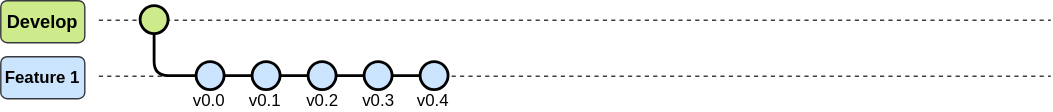
This is 03_ImagenesRepo/Image_readme.svg from LEOSZ8/Tesis_Msc_LSZ, a draw.io export, as it was before one commit. Source tidied: cells renumbered, new cells last; positions are measured from the earlier drawing's top-left corner, leaving out a move shared by most shapes.
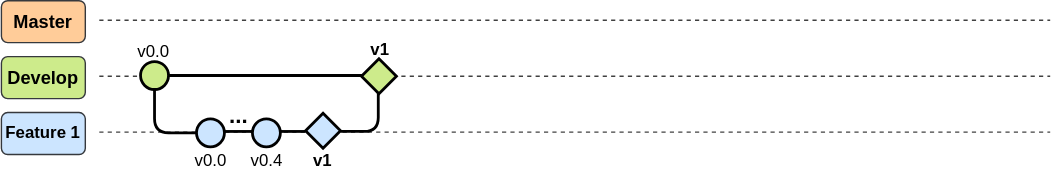
After the commit.

Change to the diagram source:
```diff
@@ -1,72 +1,97 @@
 <mxGraphModel>
   <root>
-    <mxCell id="0" />
-    <mxCell id="1" parent="0" />
-    <mxCell id="2" style="endArrow=none;html=1;rounded=0;dashed=1;opacity=75;" parent="1" edge="1">
-      <mxGeometry relative="1" as="geometry">
-        <mxPoint x="70" y="14" as="sourcePoint" />
-        <mxPoint x="750" y="14" as="targetPoint" />
-      </mxGeometry>
-    </mxCell>
-    <mxCell id="3" style="endArrow=none;html=1;rounded=0;dashed=1;opacity=75;" parent="1" edge="1">
-      <mxGeometry relative="1" as="geometry">
-        <mxPoint x="70" y="54" as="sourcePoint" />
-        <mxPoint x="750" y="54" as="targetPoint" />
-      </mxGeometry>
-    </mxCell>
+    <mxCell id="22" />
+    <mxCell id="23" parent="22" />
+    <mxCell id="24" style="endArrow=none;html=1;rounded=0;dashed=1;opacity=75;" parent="23" edge="1">
+      <mxGeometry relative="1" as="geometry">
+        <mxPoint x="70" y="-26" as="sourcePoint" />
+        <mxPoint x="750" y="-26" as="targetPoint" />
+      </mxGeometry>
+    </mxCell>
+    <mxCell id="25" style="endArrow=none;html=1;rounded=0;dashed=1;opacity=75;" parent="23" edge="1">
+      <mxGeometry relative="1" as="geometry">
+        <mxPoint x="70" y="14" as="sourcePoint" />
+        <mxPoint x="750" y="14" as="targetPoint" />
+      </mxGeometry>
+    </mxCell>
+    <mxCell id="26" style="endArrow=none;html=1;rounded=0;dashed=1;opacity=75;" parent="23" edge="1">
+      <mxGeometry relative="1" as="geometry">
+        <mxPoint x="70" y="54" as="sourcePoint" />
+        <mxPoint x="750" y="54" as="targetPoint" />
+      </mxGeometry>
+    </mxCell>
+    <mxCell id="27" value="&lt;b style=&quot;&quot;&gt;&lt;font style=&quot;font-size: 13px;&quot;&gt;Master&lt;/font&gt;&lt;/b&gt;" style="rounded=1;whiteSpace=wrap;html=1;fillColor=#FFCC99;strokeColor=#36393d;" parent="23" vertex="1">
+      <mxGeometry y="-40" width="60" height="30" as="geometry" />
+    </mxCell>
-    <mxCell id="4" value="&lt;b&gt;&lt;font style=&quot;font-size: 13px;&quot;&gt;Develop&lt;/font&gt;&lt;/b&gt;" style="rounded=1;whiteSpace=wrap;html=1;fillColor=#cdeb8b;strokeColor=#36393d;" parent="1" vertex="1">
+    <mxCell id="4" value="&lt;b&gt;&lt;font style=&quot;font-size: 13px;&quot;&gt;Develop&lt;/font&gt;&lt;/b&gt;" style="rounded=1;whiteSpace=wrap;html=1;fillColor=#cdeb8b;strokeColor=#36393d;" parent="23" vertex="1">
       <mxGeometry width="60" height="30" as="geometry" />
     </mxCell>
-    <mxCell id="5" value="&lt;b&gt;&lt;font&gt;Feature 1&lt;/font&gt;&lt;/b&gt;" style="rounded=1;whiteSpace=wrap;html=1;fillColor=#cce5ff;strokeColor=#36393d;" parent="1" vertex="1">
+    <mxCell id="5" value="&lt;b&gt;&lt;font&gt;Feature 1&lt;/font&gt;&lt;/b&gt;" style="rounded=1;whiteSpace=wrap;html=1;fillColor=#cce5ff;strokeColor=#36393d;" parent="23" vertex="1">
       <mxGeometry y="40" width="60" height="30" as="geometry" />
     </mxCell>
-    <mxCell id="6" style="ellipse;whiteSpace=wrap;html=1;fillColor=#cdeb8b;strokeColor=#000000;strokeWidth=2;" parent="1" vertex="1">
-      <mxGeometry x="100" y="4" width="20" height="20" as="geometry" />
-    </mxCell>
-    <mxCell id="7" style="edgeStyle=orthogonalEdgeStyle;rounded=1;jettySize=auto;html=1;curved=0;strokeWidth=2;endArrow=none;startFill=0;" parent="1" edge="1" source="9" target="6">
-      <mxGeometry relative="1" as="geometry" />
-    </mxCell>
-    <mxCell id="8" style="edgeStyle=orthogonalEdgeStyle;rounded=0;jettySize=auto;html=1;strokeWidth=2;endArrow=none;startFill=0;" parent="1" edge="1" source="9" target="11">
-      <mxGeometry relative="1" as="geometry" />
-    </mxCell>
-    <mxCell id="9" style="ellipse;whiteSpace=wrap;html=1;fillColor=#cce5ff;strokeColor=#000000;strokeWidth=2;" parent="1" vertex="1">
-      <mxGeometry x="140" y="44" width="20" height="20" as="geometry" />
-    </mxCell>
-    <mxCell id="10" style="edgeStyle=orthogonalEdgeStyle;rounded=0;jettySize=auto;html=1;strokeWidth=2;endArrow=none;startFill=0;" parent="1" edge="1" source="11" target="13">
-      <mxGeometry relative="1" as="geometry" />
-    </mxCell>
-    <mxCell id="11" style="ellipse;whiteSpace=wrap;html=1;fillColor=#cce5ff;strokeColor=#000000;strokeWidth=2;" parent="1" vertex="1">
-      <mxGeometry x="180" y="44" width="20" height="20" as="geometry" />
-    </mxCell>
-    <mxCell id="12" style="edgeStyle=orthogonalEdgeStyle;rounded=0;jettySize=auto;html=1;endArrow=none;endFill=0;strokeWidth=2;" parent="1" edge="1" source="13" target="18">
-      <mxGeometry relative="1" as="geometry" />
-    </mxCell>
-    <mxCell id="13" style="ellipse;whiteSpace=wrap;html=1;fillColor=#cce5ff;strokeColor=#000000;strokeWidth=2;" parent="1" vertex="1">
-      <mxGeometry x="220" y="44" width="20" height="20" as="geometry" />
-    </mxCell>
-    <mxCell id="14" value="v0.0" style="text;html=1;align=center;verticalAlign=middle;whiteSpace=wrap;rounded=0;" parent="1" vertex="1">
-      <mxGeometry x="134" y="67" width="30" height="10" as="geometry" />
-    </mxCell>
-    <mxCell id="15" value="v0.1" style="text;html=1;align=center;verticalAlign=middle;whiteSpace=wrap;rounded=0;" parent="1" vertex="1">
-      <mxGeometry x="174" y="67" width="30" height="10" as="geometry" />
-    </mxCell>
-    <mxCell id="16" value="v0.2" style="text;html=1;align=center;verticalAlign=middle;whiteSpace=wrap;rounded=0;" parent="1" vertex="1">
-      <mxGeometry x="215" y="67" width="30" height="10" as="geometry" />
-    </mxCell>
-    <mxCell id="17" style="edgeStyle=orthogonalEdgeStyle;rounded=0;jettySize=auto;html=1;endArrow=none;endFill=0;strokeWidth=2;" parent="1" edge="1" source="18" target="20">
-      <mxGeometry relative="1" as="geometry" />
-    </mxCell>
-    <mxCell id="18" style="ellipse;whiteSpace=wrap;html=1;fillColor=#cce5ff;strokeColor=#000000;strokeWidth=2;" parent="1" vertex="1">
-      <mxGeometry x="260" y="44" width="20" height="20" as="geometry" />
-    </mxCell>
-    <mxCell id="19" value="v0.3" style="text;html=1;align=center;verticalAlign=middle;whiteSpace=wrap;rounded=0;" parent="1" vertex="1">
-      <mxGeometry x="255" y="67" width="30" height="10" as="geometry" />
-    </mxCell>
-    <mxCell id="20" style="ellipse;whiteSpace=wrap;html=1;fillColor=#cce5ff;strokeColor=#000000;strokeWidth=2;" parent="1" vertex="1">
-      <mxGeometry x="300" y="44" width="20" height="20" as="geometry" />
-    </mxCell>
+    <mxCell id="28" style="edgeStyle=orthogonalEdgeStyle;rounded=0;jettySize=auto;html=1;strokeWidth=2;endArrow=none;endFill=0;" parent="23" edge="1" source="29">
+      <mxGeometry relative="1" as="geometry">
+        <mxPoint x="260" y="14" as="targetPoint" />
+        <Array as="points">
+          <mxPoint x="160" y="14" />
+          <mxPoint x="160" y="14" />
+        </Array>
+      </mxGeometry>
+    </mxCell>
+    <mxCell id="29" style="ellipse;whiteSpace=wrap;html=1;fillColor=#CDEB8B;strokeColor=#000000;strokeWidth=2;" parent="23" vertex="1">
+      <mxGeometry x="100" y="4" width="20" height="20" as="geometry" />
+    </mxCell>
+    <mxCell id="30" style="edgeStyle=orthogonalEdgeStyle;rounded=1;jettySize=auto;html=1;curved=0;strokeWidth=2;endArrow=none;startFill=0;" parent="23" edge="1" source="32" target="29">
+      <mxGeometry relative="1" as="geometry" />
+    </mxCell>
+    <mxCell id="31" style="edgeStyle=orthogonalEdgeStyle;rounded=0;orthogonalLoop=1;jettySize=auto;html=1;endArrow=none;endFill=0;strokeWidth=2;" parent="23" edge="1">
+      <mxGeometry relative="1" as="geometry">
+        <mxPoint x="160" y="54" as="sourcePoint" />
+        <mxPoint x="180" y="54" as="targetPoint" />
+      </mxGeometry>
+    </mxCell>
+    <mxCell id="32" style="ellipse;whiteSpace=wrap;html=1;fillColor=#cce5ff;strokeColor=#000000;strokeWidth=2;" parent="23" vertex="1">
+      <mxGeometry x="140" y="45" width="20" height="20" as="geometry" />
+    </mxCell>
+    <mxCell id="33" style="edgeStyle=orthogonalEdgeStyle;rounded=0;jettySize=auto;html=1;endArrow=none;endFill=0;strokeWidth=2;entryX=0;entryY=0.5;entryDx=0;entryDy=0;" parent="23" edge="1" target="36">
+      <mxGeometry relative="1" as="geometry">
+        <mxPoint x="200" y="54" as="sourcePoint" />
+      </mxGeometry>
+    </mxCell>
+    <mxCell id="34" style="ellipse;whiteSpace=wrap;html=1;fillColor=#cce5ff;strokeColor=#000000;strokeWidth=2;" parent="23" vertex="1">
+      <mxGeometry x="180" y="45" width="20" height="20" as="geometry" />
+    </mxCell>
+    <mxCell id="35" value="v0.0" style="text;html=1;align=center;verticalAlign=middle;whiteSpace=wrap;rounded=0;" parent="23" vertex="1">
+      <mxGeometry x="135" y="70" width="30" height="10" as="geometry" />
+    </mxCell>
-    <mxCell id="21" value="v0.4" style="text;html=1;align=center;verticalAlign=middle;whiteSpace=wrap;rounded=0;" parent="1" vertex="1">
-      <mxGeometry x="294" y="67" width="30" height="10" as="geometry" />
+    <mxCell id="21" value="v0.4" style="text;html=1;align=center;verticalAlign=middle;whiteSpace=wrap;rounded=0;" parent="23" vertex="1">
+      <mxGeometry x="175" y="70" width="30" height="10" as="geometry" />
     </mxCell>
+    <mxCell id="36" style="rhombus;whiteSpace=wrap;html=1;fillColor=#cce5ff;strokeColor=#000000;strokeWidth=2;" parent="23" vertex="1">
+      <mxGeometry x="218" y="41" width="25" height="25" as="geometry" />
+    </mxCell>
+    <mxCell id="37" value="&lt;font style=&quot;font-size: 16px;&quot;&gt;&lt;b&gt;...&lt;/b&gt;&lt;/font&gt;" style="text;html=1;whiteSpace=wrap;strokeColor=none;fillColor=none;align=center;verticalAlign=middle;rounded=0;" parent="23" vertex="1">
+      <mxGeometry x="160" y="34" width="20" height="16" as="geometry" />
+    </mxCell>
+    <mxCell id="38" value="v1" style="text;html=1;align=center;verticalAlign=middle;whiteSpace=wrap;rounded=0;fontStyle=1;" parent="23" vertex="1">
+      <mxGeometry x="215" y="70" width="30" height="10" as="geometry" />
+    </mxCell>
+    <mxCell id="39" style="rhombus;whiteSpace=wrap;html=1;fillColor=#CDEB8B;strokeColor=#000000;strokeWidth=2;" parent="23" vertex="1">
+      <mxGeometry x="258" y="2" width="25" height="25" as="geometry" />
+    </mxCell>
+    <mxCell id="40" style="edgeStyle=orthogonalEdgeStyle;rounded=1;jettySize=auto;html=1;curved=0;strokeWidth=2;endArrow=none;startFill=0;" parent="23" edge="1" target="39">
+      <mxGeometry relative="1" as="geometry">
+        <mxPoint x="243" y="54" as="sourcePoint" />
+        <Array as="points">
+          <mxPoint x="270" y="54" />
+        </Array>
+      </mxGeometry>
+    </mxCell>
+    <mxCell id="41" value="v1" style="text;html=1;align=center;verticalAlign=middle;whiteSpace=wrap;rounded=0;fontStyle=1;" parent="23" vertex="1">
+      <mxGeometry x="255.5" y="-10" width="30" height="10" as="geometry" />
+    </mxCell>
+    <mxCell id="42" value="v0.0" style="text;html=1;align=center;verticalAlign=middle;whiteSpace=wrap;rounded=0;" parent="23" vertex="1">
+      <mxGeometry x="94" y="-8" width="30" height="10" as="geometry" />
+    </mxCell>
   </root>
 </mxGraphModel>
```
